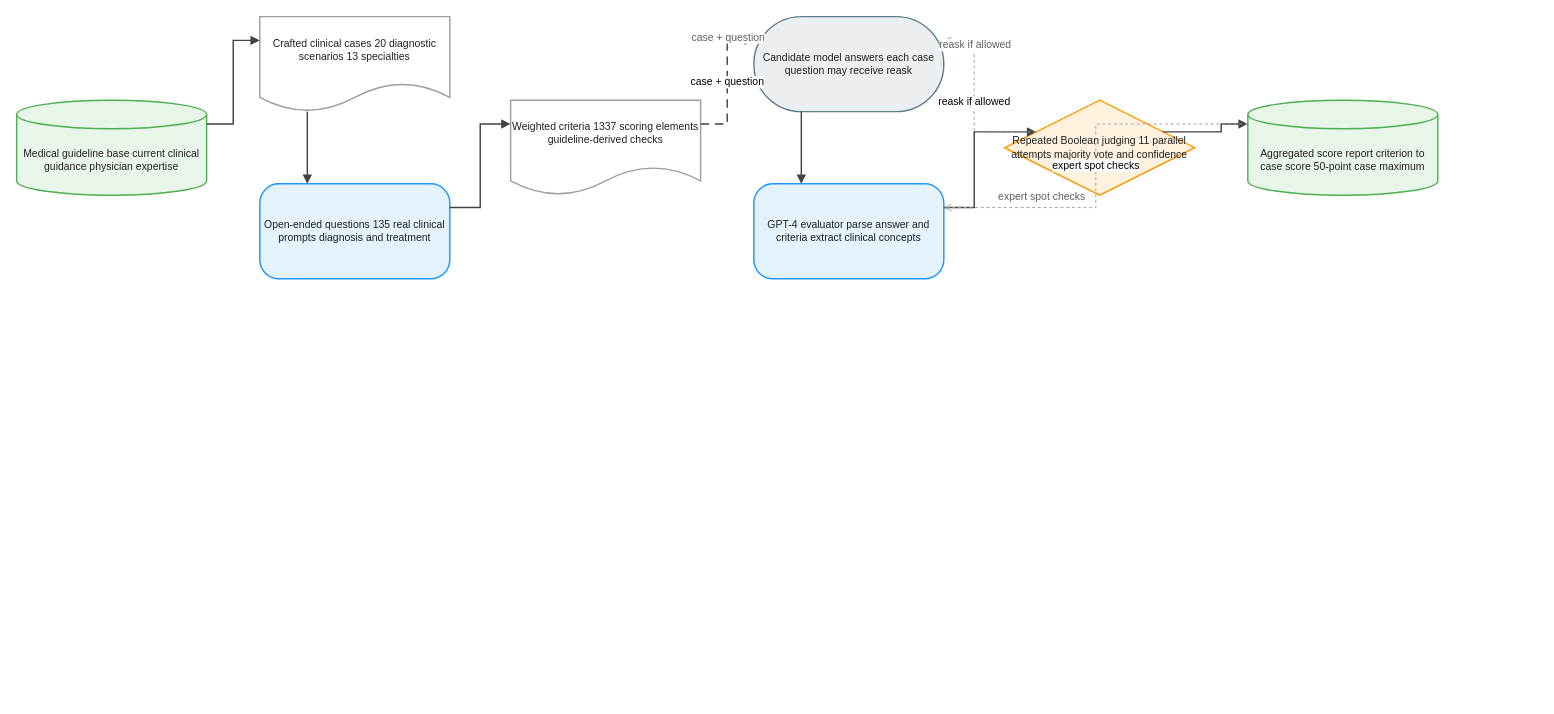
The draw.io diagram client/public/drawio/AMEGA-LLM/AMEGA-LLM.en.drawio in joe1chief/benchmark-hub, before the edit. Source tidied: cells renumbered, new cells numbered last; positions are measured from the earlier drawing's top-left corner, leaving out a move shared by most shapes. Both pictures are drawn from the tidied source at 95%, with x=0, y=0 at pixel (16, 16).
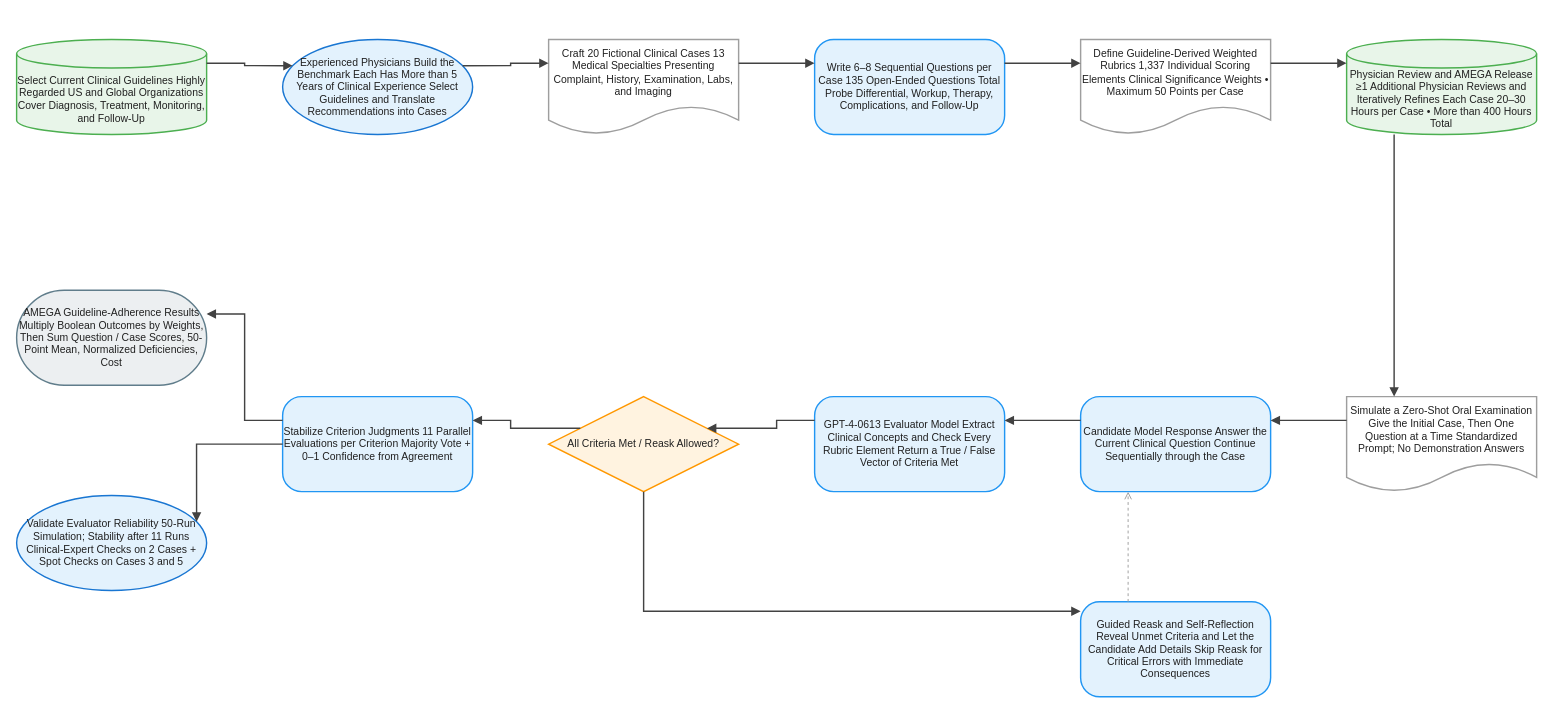
Above is the later version.

The edit, as a diff of the source:
```diff
@@
-    <mxCell id="2" value="Medical guideline base current clinical guidance physician expertise" style="shape=cylinder3;boundedLbl=1;backgroundOutline=1;size=15;html=1;whiteSpace=wrap;fillColor=#E8F5E9;strokeColor=#4CAF50;strokeWidth=1.5;fontColor=#212121;fontSize=11;fontFamily=Arial, Helvetica, sans-serif;verticalAlign=middle;align=center;" parent="1" vertex="1">
-      <mxGeometry y="88" width="200" height="100" as="geometry" />
+    <mxCell id="2" value="Select Current Clinical Guidelines Highly Regarded US and Global Organizations Cover Diagnosis, Treatment, Monitoring, and Follow-Up" style="shape=cylinder3;boundedLbl=1;backgroundOutline=1;size=15;html=1;whiteSpace=wrap;fillColor=#E8F5E9;strokeColor=#4CAF50;strokeWidth=1.5;fontColor=#212121;fontSize=11;fontFamily=Arial, Helvetica, sans-serif;verticalAlign=middle;align=center;" parent="1" vertex="1">
+      <mxGeometry y="24" width="200" height="100" as="geometry" />
     </mxCell>
-    <mxCell id="3" value="Crafted clinical cases 20 diagnostic scenarios 13 specialties" style="shape=document;boundedLbl=1;html=1;whiteSpace=wrap;fillColor=#FFFFFF;strokeColor=#9E9E9E;strokeWidth=1.5;fontColor=#212121;fontSize=11;fontFamily=Arial, Helvetica, sans-serif;verticalAlign=middle;align=center;" parent="1" vertex="1">
-      <mxGeometry x="256" width="200" height="100" as="geometry" />
+    <mxCell id="3" value="Experienced Physicians Build the Benchmark Each Has More than 5 Years of Clinical Experience Select Guidelines and Translate Recommendations into Cases" style="ellipse;html=1;whiteSpace=wrap;fillColor=#E3F2FD;strokeColor=#1976D2;strokeWidth=1.5;fontColor=#212121;fontSize=11;fontFamily=Arial, Helvetica, sans-serif;verticalAlign=middle;align=center;" parent="1" vertex="1">
+      <mxGeometry x="280" y="24" width="200" height="100" as="geometry" />
     </mxCell>
-    <mxCell id="4" value="Open-ended questions 135 real clinical prompts diagnosis and treatment" style="rounded=1;arcSize=20;html=1;whiteSpace=wrap;fillColor=#E3F2FD;strokeColor=#2196F3;strokeWidth=1.5;fontColor=#212121;fontSize=11;fontFamily=Arial, Helvetica, sans-serif;verticalAlign=middle;align=center;" parent="1" vertex="1">
-      <mxGeometry x="256" y="176" width="200" height="100" as="geometry" />
+    <mxCell id="4" value="Craft 20 Fictional Clinical Cases 13 Medical Specialties Presenting Complaint, History, Examination, Labs, and Imaging" style="shape=document;boundedLbl=1;html=1;whiteSpace=wrap;fillColor=#FFFFFF;strokeColor=#9E9E9E;strokeWidth=1.5;fontColor=#212121;fontSize=11;fontFamily=Arial, Helvetica, sans-serif;verticalAlign=middle;align=center;" parent="1" vertex="1">
+      <mxGeometry x="560" y="24" width="200" height="100" as="geometry" />
     </mxCell>
-    <mxCell id="5" value="Weighted criteria 1337 scoring elements guideline-derived checks" style="shape=document;boundedLbl=1;html=1;whiteSpace=wrap;fillColor=#FFFFFF;strokeColor=#9E9E9E;strokeWidth=1.5;fontColor=#212121;fontSize=11;fontFamily=Arial, Helvetica, sans-serif;verticalAlign=middle;align=center;" parent="1" vertex="1">
-      <mxGeometry x="520" y="88" width="200" height="100" as="geometry" />
+    <mxCell id="5" value="Write 6–8 Sequential Questions per Case 135 Open-Ended Questions Total Probe Differential, Workup, Therapy, Complications, and Follow-Up" style="rounded=1;arcSize=20;html=1;whiteSpace=wrap;fillColor=#E3F2FD;strokeColor=#2196F3;strokeWidth=1.5;fontColor=#212121;fontSize=11;fontFamily=Arial, Helvetica, sans-serif;verticalAlign=middle;align=center;" parent="1" vertex="1">
+      <mxGeometry x="840" y="24" width="200" height="100" as="geometry" />
     </mxCell>
-    <mxCell id="6" value="Candidate model answers each case question may receive reask" style="rounded=1;arcSize=50;html=1;whiteSpace=wrap;fillColor=#ECEFF1;strokeColor=#607D8B;strokeWidth=1.5;fontColor=#212121;fontSize=11;fontFamily=Arial, Helvetica, sans-serif;verticalAlign=middle;align=center;" parent="1" vertex="1">
-      <mxGeometry x="776" width="200" height="100" as="geometry" />
+    <mxCell id="6" value="Define Guideline-Derived Weighted Rubrics 1,337 Individual Scoring Elements Clinical Significance Weights • Maximum 50 Points per Case" style="shape=document;boundedLbl=1;html=1;whiteSpace=wrap;fillColor=#FFFFFF;strokeColor=#9E9E9E;strokeWidth=1.5;fontColor=#212121;fontSize=11;fontFamily=Arial, Helvetica, sans-serif;verticalAlign=middle;align=center;" parent="1" vertex="1">
+      <mxGeometry x="1120" y="24" width="200" height="100" as="geometry" />
     </mxCell>
-    <mxCell id="7" value="GPT-4 evaluator parse answer and criteria extract clinical concepts" style="rounded=1;arcSize=20;html=1;whiteSpace=wrap;fillColor=#E3F2FD;strokeColor=#2196F3;strokeWidth=1.5;fontColor=#212121;fontSize=11;fontFamily=Arial, Helvetica, sans-serif;verticalAlign=middle;align=center;" parent="1" vertex="1">
-      <mxGeometry x="776" y="176" width="200" height="100" as="geometry" />
+    <mxCell id="7" value="Physician Review and AMEGA Release ≥1 Additional Physician Reviews and Iteratively Refines Each Case 20–30 Hours per Case • More than 400 Hours Total" style="shape=cylinder3;boundedLbl=1;backgroundOutline=1;size=15;html=1;whiteSpace=wrap;fillColor=#E8F5E9;strokeColor=#4CAF50;strokeWidth=1.5;fontColor=#212121;fontSize=11;fontFamily=Arial, Helvetica, sans-serif;verticalAlign=middle;align=center;" parent="1" vertex="1">
+      <mxGeometry x="1400" y="24" width="200" height="100" as="geometry" />
     </mxCell>
-    <mxCell id="8" value="Repeated Boolean judging 11 parallel attempts majority vote and confidence" style="rhombus;html=1;whiteSpace=wrap;fillColor=#FFF3E0;strokeColor=#FF9800;strokeWidth=1.5;fontColor=#212121;fontSize=11;fontFamily=Arial, Helvetica, sans-serif;verticalAlign=middle;align=center;" parent="1" vertex="1">
-      <mxGeometry x="1040" y="88" width="200" height="100" as="geometry" />
+    <mxCell id="8" value="Simulate a Zero-Shot Oral Examination Give the Initial Case, Then One Question at a Time Standardized Prompt; No Demonstration Answers" style="shape=document;boundedLbl=1;html=1;whiteSpace=wrap;fillColor=#FFFFFF;strokeColor=#9E9E9E;strokeWidth=1.5;fontColor=#212121;fontSize=11;fontFamily=Arial, Helvetica, sans-serif;verticalAlign=middle;align=center;" parent="1" vertex="1">
+      <mxGeometry x="1400" y="400" width="200" height="100" as="geometry" />
     </mxCell>
-    <mxCell id="9" value="Aggregated score report criterion to case score 50-point case maximum" style="shape=cylinder3;boundedLbl=1;backgroundOutline=1;size=15;html=1;whiteSpace=wrap;fillColor=#E8F5E9;strokeColor=#4CAF50;strokeWidth=1.5;fontColor=#212121;fontSize=11;fontFamily=Arial, Helvetica, sans-serif;verticalAlign=middle;align=center;" parent="1" vertex="1">
-      <mxGeometry x="1296" y="88" width="200" height="100" as="geometry" />
+    <mxCell id="9" value="Candidate Model Response Answer the Current Clinical Question Continue Sequentially through the Case" style="rounded=1;arcSize=20;html=1;whiteSpace=wrap;fillColor=#E3F2FD;strokeColor=#2196F3;strokeWidth=1.5;fontColor=#212121;fontSize=11;fontFamily=Arial, Helvetica, sans-serif;verticalAlign=middle;align=center;" parent="1" vertex="1">
+      <mxGeometry x="1120" y="400" width="200" height="100" as="geometry" />
     </mxCell>
-    <mxCell id="10" style="edgeStyle=orthogonalEdgeStyle;rounded=0;jettySize=auto;html=1;strokeColor=#424242;strokeWidth=1.5;endArrow=block;endFill=1;exitX=1;exitY=0.25;exitDx=0;exitDy=0;entryX=0;entryY=0.25;entryDx=0;entryDy=0;jumpStyle=arc;jumpSize=8;" parent="1" edge="1" source="2" target="3">
-      <mxGeometry relative="1" as="geometry" />
+    <mxCell id="10" value="GPT-4-0613 Evaluator Model Extract Clinical Concepts and Check Every Rubric Element Return a True / False Vector of Criteria Met" style="rounded=1;arcSize=20;html=1;whiteSpace=wrap;fillColor=#E3F2FD;strokeColor=#2196F3;strokeWidth=1.5;fontColor=#212121;fontSize=11;fontFamily=Arial, Helvetica, sans-serif;verticalAlign=middle;align=center;" parent="1" vertex="1">
+      <mxGeometry x="840" y="400" width="200" height="100" as="geometry" />
     </mxCell>
-    <mxCell id="11" style="edgeStyle=orthogonalEdgeStyle;rounded=0;jettySize=auto;html=1;strokeColor=#424242;strokeWidth=1.5;endArrow=block;endFill=1;exitX=0.25;exitY=1;exitDx=0;exitDy=0;entryX=0.25;entryY=0;entryDx=0;entryDy=0;jumpStyle=arc;jumpSize=8;" parent="1" edge="1" source="3" target="4">
-      <mxGeometry relative="1" as="geometry" />
+    <mxCell id="11" value="All Criteria Met / Reask Allowed?" style="rhombus;html=1;whiteSpace=wrap;fillColor=#FFF3E0;strokeColor=#FF9800;strokeWidth=1.5;fontColor=#212121;fontSize=11;fontFamily=Arial, Helvetica, sans-serif;verticalAlign=middle;align=center;" parent="1" vertex="1">
+      <mxGeometry x="560" y="400" width="200" height="100" as="geometry" />
     </mxCell>
-    <mxCell id="12" style="edgeStyle=orthogonalEdgeStyle;rounded=0;jettySize=auto;html=1;strokeColor=#424242;strokeWidth=1.5;endArrow=block;endFill=1;exitX=1;exitY=0.25;exitDx=0;exitDy=0;entryX=0;entryY=0.25;entryDx=0;entryDy=0;jumpStyle=arc;jumpSize=8;" parent="1" edge="1" source="4" target="5">
-      <mxGeometry relative="1" as="geometry" />
+    <mxCell id="12" value="Guided Reask and Self-Reflection Reveal Unmet Criteria and Let the Candidate Add Details Skip Reask for Critical Errors with Immediate Consequences" style="rounded=1;arcSize=20;html=1;whiteSpace=wrap;fillColor=#E3F2FD;strokeColor=#2196F3;strokeWidth=1.5;fontColor=#212121;fontSize=11;fontFamily=Arial, Helvetica, sans-serif;verticalAlign=middle;align=center;" parent="1" vertex="1">
+      <mxGeometry x="1120" y="616" width="200" height="100" as="geometry" />
     </mxCell>
-    <mxCell id="13" value="case + question" style="edgeStyle=orthogonalEdgeStyle;rounded=0;jettySize=auto;html=1;strokeColor=#424242;strokeWidth=1.5;endArrow=block;endFill=1;exitX=1;exitY=0.25;exitDx=0;exitDy=0;entryX=0;entryY=0.25;entryDx=0;entryDy=0;dashed=1;dashPattern=6 4;jumpStyle=arc;jumpSize=8;" parent="1" edge="1" source="5" target="6">
-      <mxGeometry relative="1" as="geometry" />
+    <mxCell id="13" value="Stabilize Criterion Judgments 11 Parallel Evaluations per Criterion Majority Vote + 0–1 Confidence from Agreement" style="rounded=1;arcSize=20;html=1;whiteSpace=wrap;fillColor=#E3F2FD;strokeColor=#2196F3;strokeWidth=1.5;fontColor=#212121;fontSize=11;fontFamily=Arial, Helvetica, sans-serif;verticalAlign=middle;align=center;" parent="1" vertex="1">
+      <mxGeometry x="280" y="400" width="200" height="100" as="geometry" />
     </mxCell>
-    <mxCell id="14" value="case + question" style="edgeLabel;html=1;align=center;verticalAlign=middle;fontSize=11;fontColor=#616161;" parent="13" vertex="1">
-      <mxGeometry x="0.5" relative="1" as="geometry">
-        <mxPoint y="-12" as="offset" />
-      </mxGeometry>
+    <mxCell id="14" value="AMEGA Guideline-Adherence Results Multiply Boolean Outcomes by Weights, Then Sum Question / Case Scores, 50-Point Mean, Normalized Deficiencies, Cost" style="rounded=1;arcSize=50;html=1;whiteSpace=wrap;fillColor=#ECEFF1;strokeColor=#607D8B;strokeWidth=1.5;fontColor=#212121;fontSize=11;fontFamily=Arial, Helvetica, sans-serif;verticalAlign=middle;align=center;" parent="1" vertex="1">
+      <mxGeometry y="288" width="200" height="100" as="geometry" />
     </mxCell>
-    <mxCell id="15" style="edgeStyle=orthogonalEdgeStyle;rounded=0;jettySize=auto;html=1;strokeColor=#424242;strokeWidth=1.5;endArrow=block;endFill=1;exitX=0.25;exitY=1;exitDx=0;exitDy=0;entryX=0.25;entryY=0;entryDx=0;entryDy=0;jumpStyle=arc;jumpSize=8;" parent="1" edge="1" source="6" target="7">
-      <mxGeometry relative="1" as="geometry" />
+    <mxCell id="15" value="Validate Evaluator Reliability 50-Run Simulation; Stability after 11 Runs Clinical-Expert Checks on 2 Cases + Spot Checks on Cases 3 and 5" style="ellipse;html=1;whiteSpace=wrap;fillColor=#E3F2FD;strokeColor=#1976D2;strokeWidth=1.5;fontColor=#212121;fontSize=11;fontFamily=Arial, Helvetica, sans-serif;verticalAlign=middle;align=center;" parent="1" vertex="1">
+      <mxGeometry y="504" width="200" height="100" as="geometry" />
     </mxCell>
-    <mxCell id="16" style="edgeStyle=orthogonalEdgeStyle;rounded=0;jettySize=auto;html=1;strokeColor=#424242;strokeWidth=1.5;endArrow=block;endFill=1;exitX=1;exitY=0.25;exitDx=0;exitDy=0;entryX=0;entryY=0.25;entryDx=0;entryDy=0;jumpStyle=arc;jumpSize=8;" parent="1" edge="1" source="7" target="8">
+    <mxCell id="16" style="edgeStyle=orthogonalEdgeStyle;rounded=0;jettySize=auto;html=1;strokeColor=#424242;strokeWidth=1.5;endArrow=block;endFill=1;exitX=1;exitY=0.25;exitDx=0;exitDy=0;entryX=0;entryY=0.25;entryDx=0;entryDy=0;jumpStyle=arc;jumpSize=8;" parent="1" edge="1" source="2" target="3">
       <mxGeometry relative="1" as="geometry" />
     </mxCell>
-    <mxCell id="17" value="reask if allowed" style="edgeStyle=orthogonalEdgeStyle;rounded=0;jettySize=auto;html=1;strokeColor=#9E9E9E;strokeWidth=1;endArrow=open;endFill=0;exitX=0;exitY=0.25;exitDx=0;exitDy=0;entryX=1;entryY=0.25;entryDx=0;entryDy=0;dashed=1;dashPattern=3 3;jumpStyle=arc;jumpSize=8;" parent="1" edge="1" source="8" target="6">
+    <mxCell id="17" style="edgeStyle=orthogonalEdgeStyle;rounded=0;jettySize=auto;html=1;strokeColor=#424242;strokeWidth=1.5;endArrow=block;endFill=1;exitX=1;exitY=0.25;exitDx=0;exitDy=0;entryX=0;entryY=0.25;entryDx=0;entryDy=0;jumpStyle=arc;jumpSize=8;" parent="1" edge="1" source="3" target="4">
       <mxGeometry relative="1" as="geometry" />
     </mxCell>
-    <mxCell id="18" value="reask if allowed" style="edgeLabel;html=1;align=center;verticalAlign=middle;fontSize=11;fontColor=#616161;" parent="17" vertex="1">
-      <mxGeometry x="0.5" relative="1" as="geometry">
-        <mxPoint y="-12" as="offset" />
-      </mxGeometry>
+    <mxCell id="18" style="edgeStyle=orthogonalEdgeStyle;rounded=0;jettySize=auto;html=1;strokeColor=#424242;strokeWidth=1.5;endArrow=block;endFill=1;exitX=1;exitY=0.25;exitDx=0;exitDy=0;entryX=0;entryY=0.25;entryDx=0;entryDy=0;jumpStyle=arc;jumpSize=8;" parent="1" edge="1" source="4" target="5">
+      <mxGeometry relative="1" as="geometry" />
     </mxCell>
-    <mxCell id="19" style="edgeStyle=orthogonalEdgeStyle;rounded=0;jettySize=auto;html=1;strokeColor=#424242;strokeWidth=1.5;endArrow=block;endFill=1;exitX=1;exitY=0.25;exitDx=0;exitDy=0;entryX=0;entryY=0.25;entryDx=0;entryDy=0;jumpStyle=arc;jumpSize=8;" parent="1" edge="1" source="8" target="9">
+    <mxCell id="19" style="edgeStyle=orthogonalEdgeStyle;rounded=0;jettySize=auto;html=1;strokeColor=#424242;strokeWidth=1.5;endArrow=block;endFill=1;exitX=1;exitY=0.25;exitDx=0;exitDy=0;entryX=0;entryY=0.25;entryDx=0;entryDy=0;jumpStyle=arc;jumpSize=8;" parent="1" edge="1" source="5" target="6">
       <mxGeometry relative="1" as="geometry" />
     </mxCell>
-    <mxCell id="20" value="expert spot checks" style="edgeStyle=orthogonalEdgeStyle;rounded=0;jettySize=auto;html=1;strokeColor=#9E9E9E;strokeWidth=1;endArrow=open;endFill=0;exitX=0;exitY=0.25;exitDx=0;exitDy=0;entryX=1;entryY=0.25;entryDx=0;entryDy=0;dashed=1;dashPattern=3 3;jumpStyle=arc;jumpSize=8;" parent="1" edge="1" source="9" target="7">
+    <mxCell id="20" style="edgeStyle=orthogonalEdgeStyle;rounded=0;jettySize=auto;html=1;strokeColor=#424242;strokeWidth=1.5;endArrow=block;endFill=1;exitX=1;exitY=0.25;exitDx=0;exitDy=0;entryX=0;entryY=0.25;entryDx=0;entryDy=0;jumpStyle=arc;jumpSize=8;" parent="1" edge="1" source="6" target="7">
       <mxGeometry relative="1" as="geometry" />
     </mxCell>
-    <mxCell id="21" value="expert spot checks" style="edgeLabel;html=1;align=center;verticalAlign=middle;fontSize=11;fontColor=#616161;" parent="20" vertex="1">
-      <mxGeometry x="0.5" relative="1" as="geometry">
-        <mxPoint y="-12" as="offset" />
-      </mxGeometry>
+    <mxCell id="21" style="edgeStyle=orthogonalEdgeStyle;rounded=0;jettySize=auto;html=1;strokeColor=#424242;strokeWidth=1.5;endArrow=block;endFill=1;exitX=0.25;exitY=1;exitDx=0;exitDy=0;entryX=0.25;entryY=0;entryDx=0;entryDy=0;jumpStyle=arc;jumpSize=8;" parent="1" edge="1" source="7" target="8">
+      <mxGeometry relative="1" as="geometry" />
     </mxCell>
+    <mxCell id="22" style="edgeStyle=orthogonalEdgeStyle;rounded=0;jettySize=auto;html=1;strokeColor=#424242;strokeWidth=1.5;endArrow=block;endFill=1;exitX=0;exitY=0.25;exitDx=0;exitDy=0;entryX=1;entryY=0.25;entryDx=0;entryDy=0;jumpStyle=arc;jumpSize=8;" parent="1" edge="1" source="8" target="9">
+      <mxGeometry relative="1" as="geometry" />
+    </mxCell>
+    <mxCell id="23" style="edgeStyle=orthogonalEdgeStyle;rounded=0;jettySize=auto;html=1;strokeColor=#424242;strokeWidth=1.5;endArrow=block;endFill=1;exitX=0;exitY=0.25;exitDx=0;exitDy=0;entryX=1;entryY=0.25;entryDx=0;entryDy=0;jumpStyle=arc;jumpSize=8;" parent="1" edge="1" source="9" target="10">
+      <mxGeometry relative="1" as="geometry" />
+    </mxCell>
+    <mxCell id="24" style="edgeStyle=orthogonalEdgeStyle;rounded=0;jettySize=auto;html=1;strokeColor=#424242;strokeWidth=1.5;endArrow=block;endFill=1;exitX=0;exitY=0.25;exitDx=0;exitDy=0;entryX=1;entryY=0.25;entryDx=0;entryDy=0;jumpStyle=arc;jumpSize=8;" parent="1" edge="1" source="10" target="11">
+      <mxGeometry relative="1" as="geometry" />
+    </mxCell>
+    <mxCell id="25" style="edgeStyle=orthogonalEdgeStyle;rounded=0;jettySize=auto;html=1;strokeColor=#424242;strokeWidth=1.5;endArrow=block;endFill=1;jumpStyle=arc;jumpSize=8;" parent="1" edge="1" source="11" target="12">
+      <mxGeometry relative="1" as="geometry">
+        <Array as="points">
+          <mxPoint x="786" y="626" />
+          <mxPoint x="1346" y="626" />
+        </Array>
+      </mxGeometry>
+    </mxCell>
+    <mxCell id="26" style="edgeStyle=orthogonalEdgeStyle;rounded=0;jettySize=auto;html=1;strokeColor=#9E9E9E;strokeWidth=1;endArrow=open;endFill=0;exitX=0.25;exitY=0;exitDx=0;exitDy=0;entryX=0.25;entryY=1;entryDx=0;entryDy=0;dashed=1;dashPattern=3 3;jumpStyle=arc;jumpSize=8;" parent="1" edge="1" source="12" target="9">
+      <mxGeometry relative="1" as="geometry" />
+    </mxCell>
+    <mxCell id="27" style="edgeStyle=orthogonalEdgeStyle;rounded=0;jettySize=auto;html=1;strokeColor=#424242;strokeWidth=1.5;endArrow=block;endFill=1;exitX=0;exitY=0.25;exitDx=0;exitDy=0;entryX=1;entryY=0.25;entryDx=0;entryDy=0;jumpStyle=arc;jumpSize=8;" parent="1" edge="1" source="11" target="13">
+      <mxGeometry relative="1" as="geometry" />
+    </mxCell>
+    <mxCell id="28" style="edgeStyle=orthogonalEdgeStyle;rounded=0;jettySize=auto;html=1;strokeColor=#424242;strokeWidth=1.5;endArrow=block;endFill=1;exitX=0;exitY=0.25;exitDx=0;exitDy=0;entryX=1;entryY=0.25;entryDx=0;entryDy=0;jumpStyle=arc;jumpSize=8;" parent="1" edge="1" source="13" target="14">
+      <mxGeometry relative="1" as="geometry" />
+    </mxCell>
+    <mxCell id="29" style="edgeStyle=orthogonalEdgeStyle;rounded=0;jettySize=auto;html=1;strokeColor=#424242;strokeWidth=1.5;endArrow=block;endFill=1;exitX=0;exitY=0.5;exitDx=0;exitDy=0;entryX=1;entryY=0.25;entryDx=0;entryDy=0;jumpStyle=arc;jumpSize=8;" parent="1" edge="1" source="13" target="15">
+      <mxGeometry relative="1" as="geometry" />
+    </mxCell>
```
